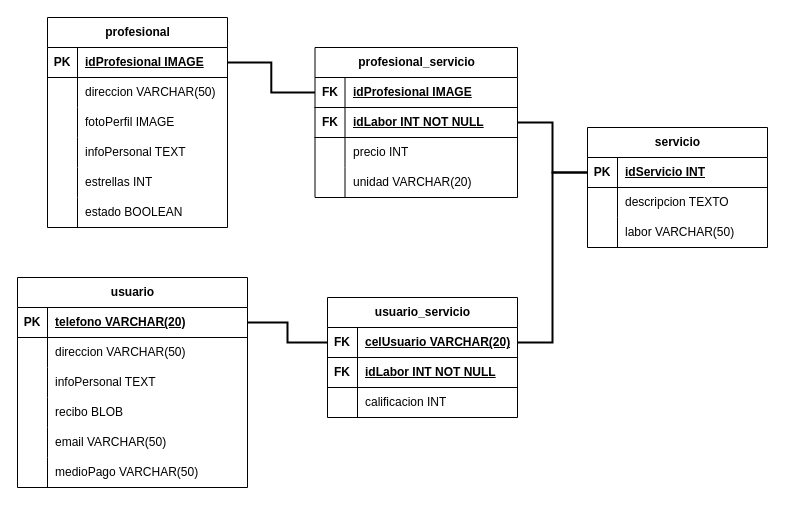
Before: Diagramas/Diagrama Relacional.drawio in Hazzard1912/domesticapp, a draw.io diagram. Source tidied: cells renumbered, new cells numbered last; positions are measured from the earlier drawing's top-left corner, leaving out a move shared by most shapes. Both pictures are drawn from the tidied source at 100%, with x=0, y=0 at pixel (17, 17).
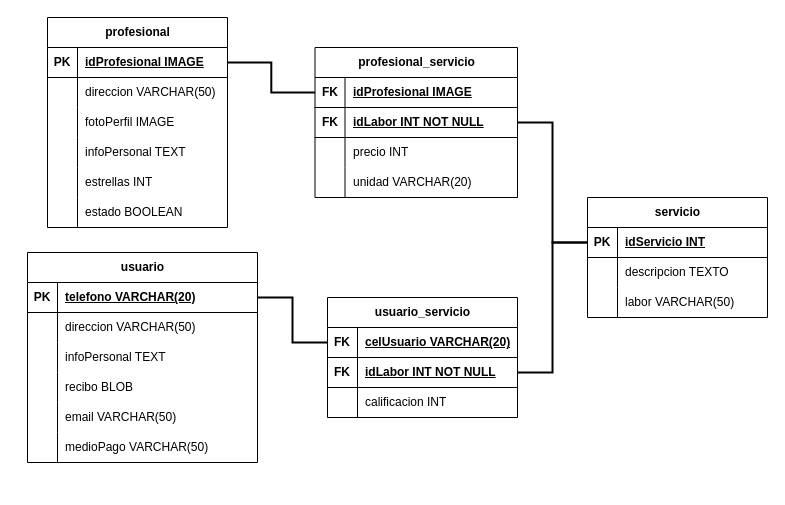
The same diagram, later.

The change refers to these unchanged cells:
```xml
<mxCell id="22" style="shape=tableRow;horizontal=0;startSize=0;swimlaneHead=0;swimlaneBody=0;fillColor=none;points=[[0,0.5],[1,0.5]];portConstraint=eastwest;top=0;left=0;right=0;bottom=1;" parent="21" vertex="1">
  <mxGeometry y="30" width="180" height="30" as="geometry" />
</mxCell>
<mxCell id="64" style="shape=tableRow;horizontal=0;startSize=0;swimlaneHead=0;swimlaneBody=0;fillColor=none;points=[[0,0.5],[1,0.5]];portConstraint=eastwest;top=0;left=0;right=0;bottom=1;" parent="63" vertex="1">
  <mxGeometry y="30" width="190" height="30" as="geometry" />
</mxCell>
<mxCell id="67" style="shape=tableRow;horizontal=0;startSize=0;swimlaneHead=0;swimlaneBody=0;fillColor=none;points=[[0,0.5],[1,0.5]];portConstraint=eastwest;top=0;left=0;right=0;bottom=1;" parent="63" vertex="1">
  <mxGeometry y="60" width="190" height="30" as="geometry" />
</mxCell>
```

Diff of the diagram source:
```diff
@@
     <mxCell id="21" value="servicio" style="shape=table;startSize=30;childLayout=tableLayout;rowLines=0;fontStyle=1;align=center;html=1;" parent="1" vertex="1">
-      <mxGeometry x="570" y="110" width="180" height="120" as="geometry" />
+      <mxGeometry x="570" y="180" width="180" height="120" as="geometry" />
     </mxCell>
@@
     <mxCell id="31" value="usuario" style="shape=table;startSize=30;childLayout=tableLayout;rowLines=0;fontStyle=1;align=center;html=1;" parent="1" vertex="1">
-      <mxGeometry y="260" width="230" height="210" as="geometry" />
+      <mxGeometry x="10" y="235" width="230" height="210" as="geometry" />
     </mxCell>
@@
-    <mxCell id="74" style="edgeStyle=orthogonalEdgeStyle;rounded=0;jettySize=auto;html=1;exitX=0;exitY=0.5;exitDx=0;exitDy=0;entryX=1;entryY=0.5;entryDx=0;entryDy=0;endArrow=none;endFill=0;strokeWidth=2;" parent="1" edge="1" source="22" target="64">
+    <mxCell id="74" style="edgeStyle=orthogonalEdgeStyle;rounded=0;jettySize=auto;html=1;exitX=0;exitY=0.5;exitDx=0;exitDy=0;entryX=1;entryY=0.5;entryDx=0;entryDy=0;endArrow=none;endFill=0;strokeWidth=2;" parent="1" edge="1" source="22" target="67">
       <mxGeometry relative="1" as="geometry" />
     </mxCell>
```
